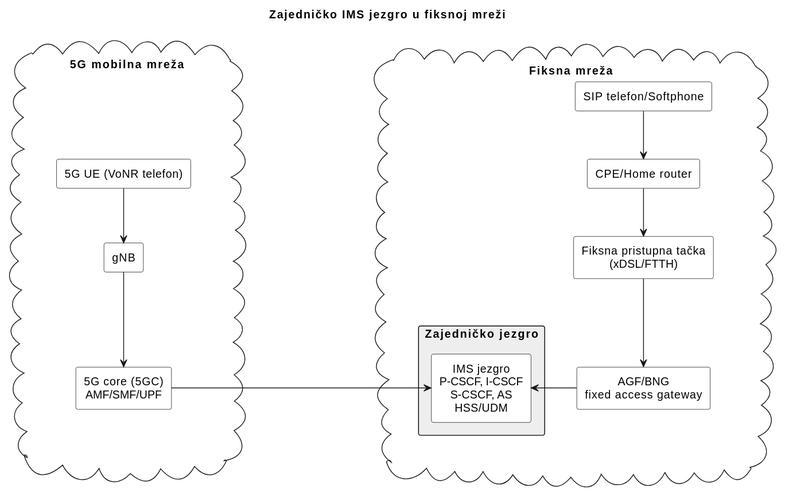
ZakiraZaza/SSMTK_FMC_VoNR_IMS_5G keeps this PlantUML diagram as assets/diagrams/plantuml/images/common_ims_core_in_a_fixed_network.svg. Above is the earlier version.
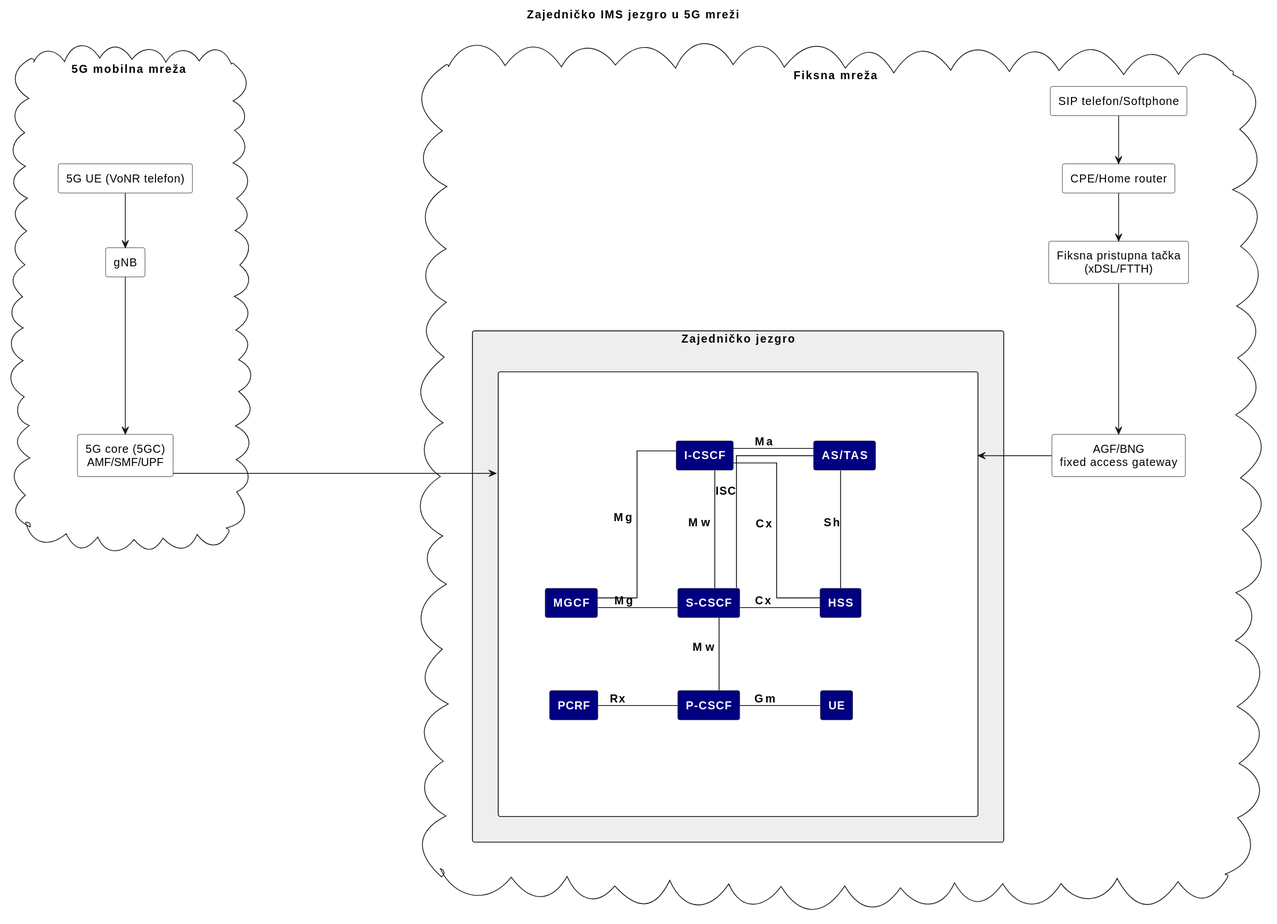
After the commit.

Diff of the diagram source:
```diff
@@ -1,7 +1,10 @@
 @startuml
+set separator .
 top to bottom direction
-hide <<hidden>> stereotype
-hide <<core>> stereotype
+hide stereotype
+skinparam linetype ortho
+
+title "Zajedničko IMS jezgro u 5G mreži"
 
 <style>
 rectangle {
@@ -11,8 +14,16 @@
     BackgroundColor transparent
     FontColor transparent
   }
+  .hidden_font {
+    FontColor transparent
+  }
   .core {
     BackgroundColor #EEEEEE
+  }
+  .ims {
+    BackgroundColor navy
+    FontColor white
+    FontStyle bold
   }
 }
 </style>
@@ -22,27 +33,60 @@
   BorderColor<<hidden>> transparent
 }
 
-skinparam linetype ortho
-
-title "Zajedničko IMS jezgro u fiksnoj mreži"
-
 cloud "5G mobilna mreža" as "cloud_1" {
-  rectangle "0" <<hidden>>
+  rectangle "0"<<hidden>>
   rectangle "5G UE (VoNR telefon)" as 1
   rectangle "gNB" as 2
   rectangle "_1"<<hidden>> {
-    rectangle "_2"<<hidden>> {
+    rectangle "_1"<<hidden>> {
       rectangle "5G core (5GC)\nAMF/SMF/UPF" as 3
     }
   }
 }
 
 cloud "Fiksna mreža" as "cloud_2" {
-  rectangle "_4"<<hidden>> {
-    rectangle "Zajedničko jezgro"<<core>> {
-      rectangle "IMS jezgro\nP-CSCF, I-CSCF\nS-CSCF, AS\nHSS/UDM" as 4
+  rectangle "_1"<<hidden>> {
+      rectangle "Zajedničko jezgro" <<core>> as zajednicko_jezgro {
+      skinparam NodeSep 100
+      rectangle "_1" <<hidden_font>> as 4 {
+        rectangle "_1"<<hidden>> {
+          rectangle "_1" <<hidden>> {
+
+          }
+          rectangle "I-CSCF" <<ims>> as "_2" {
+
+          }
+          rectangle "AS/TAS" <<ims>> as "_3" {
+
+          }
+        }
+        rectangle "_2"<<hidden>> {
+          rectangle "MGCF" <<ims>> as "_1" {
+
+          }
+          rectangle "S-CSCF" <<ims>> as "_2" {
+
+          }
+          rectangle "HSS" <<ims>> as "_3" {
+
+          }
+        }
+        rectangle "_3"<<hidden>> {
+          rectangle "PCRF" <<ims>> as "_1" {
+
+          }
+          rectangle "P-CSCF" <<ims>> as "_2" {
+
+          }
+          rectangle "UE" <<ims>> as "_3" {
+
+          }
+        }
+        rectangle "_4"<<hidden>> {
+        }
+      }
     }
-    rectangle "_5"<<hidden>> {
+    rectangle "_1"<<hidden>> {
       rectangle "AGF/BNG\nfixed access gateway" as 5
     }
   }
@@ -64,4 +108,29 @@
 5 <-up- 6
 6 <-up- 7
 7 <-up- 8
+skinparam {
+  ArrowThickness 1
+  ArrowColor black
+  ArrowFontColor black
+  ArrowFontSize 14
+  ArrowFontStyle bold
+}
+
+cloud_2._1.zajednicko_jezgro.4._1._2 -[hidden]down-> cloud_2._1.zajednicko_jezgro.4._2._2
+cloud_2._1.zajednicko_jezgro.4._2._2 -[hidden]down-> cloud_2._1.zajednicko_jezgro.4._3._2
+cloud_2._1.zajednicko_jezgro.4._3 -[hidden]down-> cloud_2._1.zajednicko_jezgro.4._4
+cloud_2._1.zajednicko_jezgro.4._1._1 -[hidden]right-> cloud_2._1.zajednicko_jezgro.4._1._2
+cloud_2._1.zajednicko_jezgro.4._1._2 -right- cloud_2._1.zajednicko_jezgro.4._1._3: "Ma"
+cloud_2._1.zajednicko_jezgro.4._1._2 -left- cloud_2._1.zajednicko_jezgro.4._2._1: "Mg "
+cloud_2._1.zajednicko_jezgro.4._1._2 -down- cloud_2._1.zajednicko_jezgro.4._2._2: "Mw "
+cloud_2._1.zajednicko_jezgro.4._1._2 -right- cloud_2._1.zajednicko_jezgro.4._2._3: "Cx "
+cloud_2._1.zajednicko_jezgro.4._1._3 -down- cloud_2._1.zajednicko_jezgro.4._2._2: "ISC"
+cloud_2._1.zajednicko_jezgro.4._1._3 -down- cloud_2._1.zajednicko_jezgro.4._2._3: "Sh"
+
+cloud_2._1.zajednicko_jezgro.4._2._1 -right- cloud_2._1.zajednicko_jezgro.4._2._2: "Mg "
+cloud_2._1.zajednicko_jezgro.4._2._2 -right- cloud_2._1.zajednicko_jezgro.4._2._3: "Cx  "
+cloud_2._1.zajednicko_jezgro.4._2._2 -down- cloud_2._1.zajednicko_jezgro.4._3._2: "Mw "
+
+cloud_2._1.zajednicko_jezgro.4._3._1 -right- cloud_2._1.zajednicko_jezgro.4._3._2: " Rx   "
+cloud_2._1.zajednicko_jezgro.4._3._2 -right- cloud_2._1.zajednicko_jezgro.4._3._3: "Gm "
 @enduml
```
